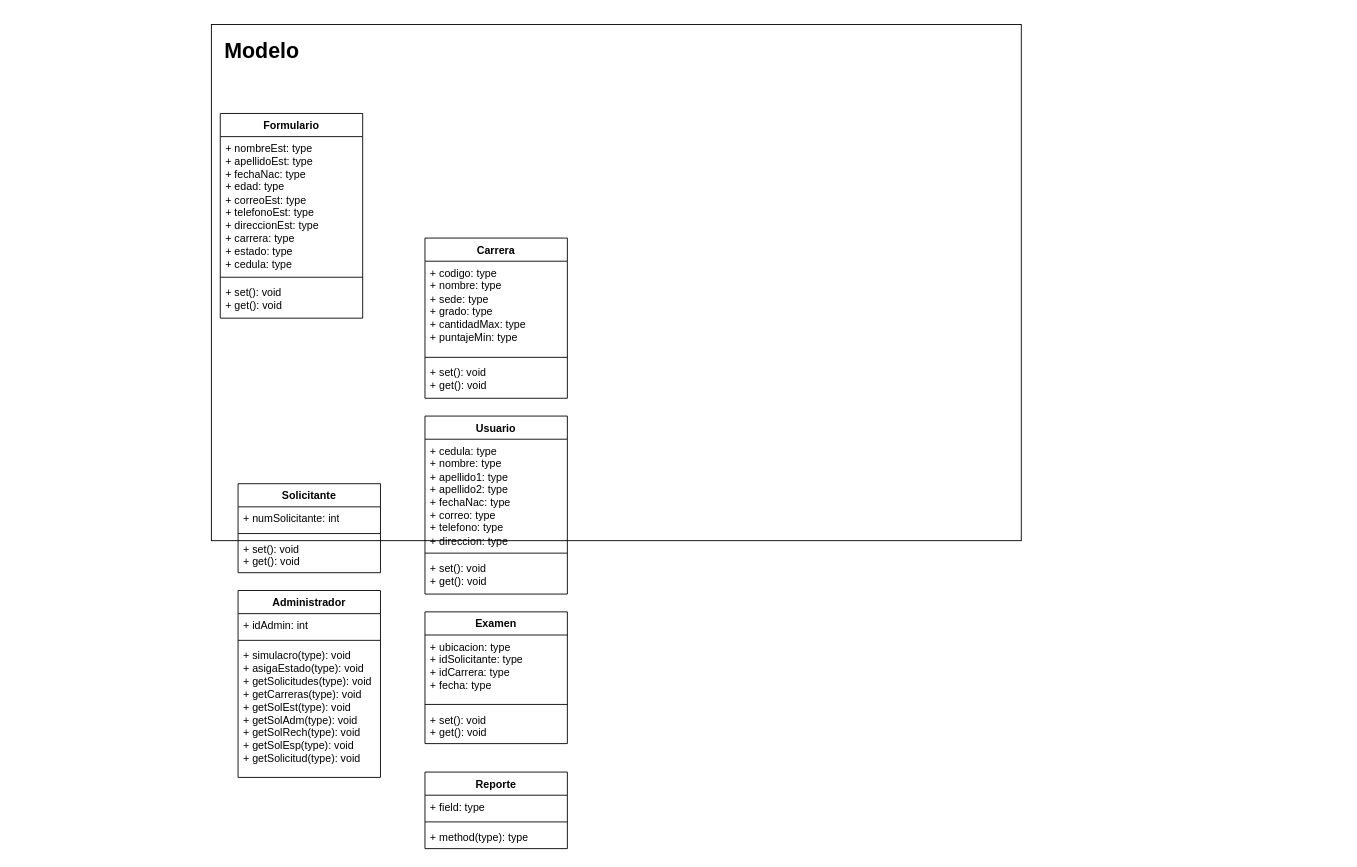
The draw.io diagram Act02_DX_KevinCórdobaChevez.drawio in KevinCordoba/RepositoriodeDiagramas, before the edit. Source tidied: cells renumbered, new cells numbered last; positions are measured from the earlier drawing's top-left corner, leaving out a move shared by most shapes. Both pictures are drawn from the tidied source at 89%, with x=0, y=0 at pixel (211, 24).
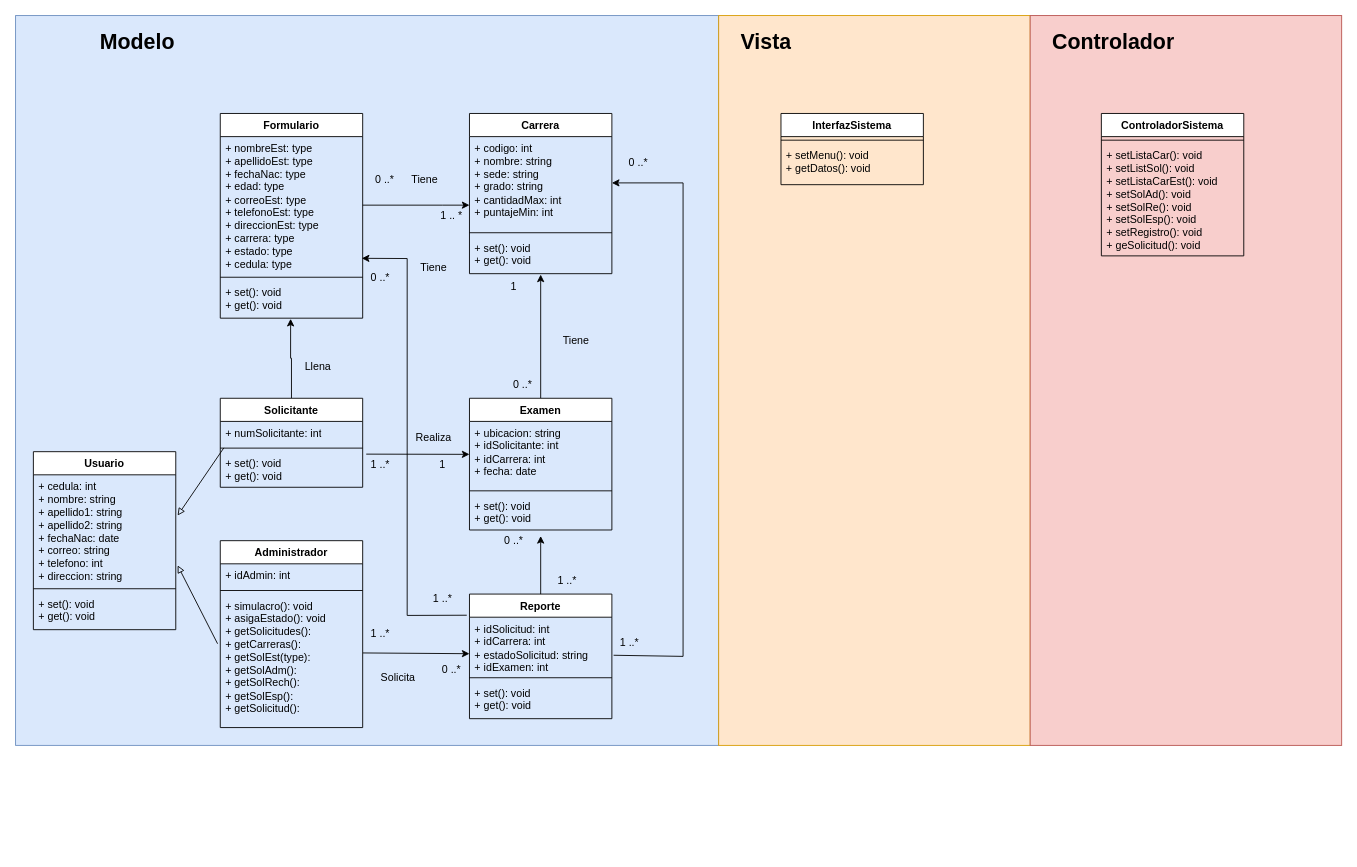
Above is the later version.

Unchanged cells that the change refers to:
```xml
<mxCell id="4" value="+ nombreEst: type&lt;br&gt;+ apellidoEst: type&lt;br&gt;+ fechaNac: type&lt;br&gt;+ edad: type&lt;br&gt;+ correoEst: type&lt;br&gt;+ telefonoEst: type&lt;br&gt;+ direccionEst: type&lt;br&gt;+ carrera: type&lt;br&gt;+ estado: type&lt;br&gt;+ cedula: type" style="text;strokeColor=none;fillColor=none;align=left;verticalAlign=top;spacingLeft=4;spacingRight=4;overflow=hidden;points=[[0,0.5],[1,0.5]];portConstraint=eastwest;whiteSpace=wrap;html=1;" parent="3" vertex="1">
  <mxGeometry y="26" width="160" height="154" as="geometry" />
</mxCell>
<mxCell id="6" value="+ set(): void&lt;br style=&quot;border-color: var(--border-color);&quot;&gt;+ get(): void" style="text;strokeColor=none;fillColor=none;align=left;verticalAlign=top;spacingLeft=4;spacingRight=4;overflow=hidden;points=[[0,0.5],[1,0.5]];portConstraint=eastwest;whiteSpace=wrap;html=1;" parent="3" vertex="1">
  <mxGeometry y="188" width="160" height="42" as="geometry" />
</mxCell>
<mxCell id="8" value="+ numSolicitante: int" style="text;strokeColor=none;fillColor=none;align=left;verticalAlign=top;spacingLeft=4;spacingRight=4;overflow=hidden;points=[[0,0.5],[1,0.5]];portConstraint=eastwest;whiteSpace=wrap;html=1;" parent="7" vertex="1">
  <mxGeometry y="26" width="160" height="26" as="geometry" />
</mxCell>
<mxCell id="10" value="+ set(): void&lt;br style=&quot;border-color: var(--border-color);&quot;&gt;+ get(): void" style="text;strokeColor=none;fillColor=none;align=left;verticalAlign=top;spacingLeft=4;spacingRight=4;overflow=hidden;points=[[0,0.5],[1,0.5]];portConstraint=eastwest;whiteSpace=wrap;html=1;" parent="7" vertex="1">
  <mxGeometry y="60" width="160" height="40" as="geometry" />
</mxCell>
<mxCell id="30" value="+ set(): void&lt;br style=&quot;border-color: var(--border-color);&quot;&gt;+ get(): void" style="text;strokeColor=none;fillColor=none;align=left;verticalAlign=top;spacingLeft=4;spacingRight=4;overflow=hidden;points=[[0,0.5],[1,0.5]];portConstraint=eastwest;whiteSpace=wrap;html=1;" parent="27" vertex="1">
  <mxGeometry y="108" width="160" height="40" as="geometry" />
</mxCell>
```

The edit, as a diff of the source:
```diff
@@
-    <mxCell id="2" style="rounded=0;whiteSpace=wrap;html=1;" parent="1" vertex="1">
-      <mxGeometry width="910" height="580" as="geometry" />
-    </mxCell>
+    <mxCell id="32" style="rounded=0;whiteSpace=wrap;html=1;fillColor=#dae8fc;strokeColor=#6c8ebf;" parent="1" vertex="1">
+      <mxGeometry x="-220" y="-10" width="790" height="820" as="geometry" />
+    </mxCell>
@@
+    <mxCell id="33" style="edgeStyle=orthogonalEdgeStyle;rounded=0;jettySize=auto;html=1;entryX=0.494;entryY=1.018;entryDx=0;entryDy=0;entryPerimeter=0;" parent="1" edge="1" source="7" target="6">
+      <mxGeometry relative="1" as="geometry" />
+    </mxCell>
     <mxCell id="7" value="Solicitante" style="swimlane;fontStyle=1;align=center;verticalAlign=top;horizontal=1;startSize=26;whiteSpace=wrap;html=1;" parent="1" vertex="1">
-      <mxGeometry x="30" y="516" width="160" height="100" as="geometry" />
+      <mxGeometry x="10" y="420" width="160" height="100" as="geometry" />
     </mxCell>
@@
     <mxCell id="11" value="Administrador" style="swimlane;fontStyle=1;align=center;verticalAlign=top;horizontal=1;startSize=26;whiteSpace=wrap;html=1;" parent="1" vertex="1">
-      <mxGeometry x="30" y="636" width="160" height="210" as="geometry" />
+      <mxGeometry x="10" y="580" width="160" height="210" as="geometry" />
     </mxCell>
@@
-    <mxCell id="14" value="+ simulacro(type): void&lt;br&gt;+ asigaEstado(type): void&lt;br&gt;+ getSolicitudes(type): void&lt;br&gt;+ getCarreras(type): void&lt;br&gt;+ getSolEst(type): void&lt;br&gt;+ getSolAdm(type): void&lt;br&gt;+ getSolRech(type): void&lt;br&gt;+ getSolEsp(type): void&lt;br&gt;+ getSolicitud(type): void" style="text;strokeColor=none;fillColor=none;align=left;verticalAlign=top;spacingLeft=4;spacingRight=4;overflow=hidden;points=[[0,0.5],[1,0.5]];portConstraint=eastwest;whiteSpace=wrap;html=1;" parent="11" vertex="1">
+    <mxCell id="14" value="+ simulacro(): void&lt;br&gt;+ asigaEstado(): void&lt;br&gt;+ getSolicitudes():&amp;nbsp;&lt;br&gt;+ getCarreras():&amp;nbsp;&lt;br&gt;+ getSolEst(type):&amp;nbsp;&lt;br&gt;+ getSolAdm():&amp;nbsp;&lt;br&gt;+ getSolRech():&amp;nbsp;&lt;br&gt;+ getSolEsp():&amp;nbsp;&lt;br&gt;+ getSolicitud():&amp;nbsp;" style="text;strokeColor=none;fillColor=none;align=left;verticalAlign=top;spacingLeft=4;spacingRight=4;overflow=hidden;points=[[0,0.5],[1,0.5]];portConstraint=eastwest;whiteSpace=wrap;html=1;" parent="11" vertex="1">
       <mxGeometry y="60" width="160" height="150" as="geometry" />
     </mxCell>
     <mxCell id="15" value="Carrera" style="swimlane;fontStyle=1;align=center;verticalAlign=top;horizontal=1;startSize=26;whiteSpace=wrap;html=1;" parent="1" vertex="1">
-      <mxGeometry x="240" y="240" width="160" height="180" as="geometry" />
+      <mxGeometry x="290" y="100" width="160" height="180" as="geometry" />
     </mxCell>
-    <mxCell id="16" value="+ codigo: type&lt;br&gt;+ nombre: type&lt;br&gt;+ sede: type&lt;br&gt;+ grado: type&lt;br&gt;+ cantidadMax: type&lt;br&gt;+ puntajeMin: type" style="text;strokeColor=none;fillColor=none;align=left;verticalAlign=top;spacingLeft=4;spacingRight=4;overflow=hidden;points=[[0,0.5],[1,0.5]];portConstraint=eastwest;whiteSpace=wrap;html=1;" parent="15" vertex="1">
+    <mxCell id="16" value="+ codigo: int&lt;br&gt;+ nombre: string&lt;br&gt;+ sede: string&lt;br&gt;+ grado: string&lt;br&gt;+ cantidadMax: int&lt;br&gt;+ puntajeMin: int" style="text;strokeColor=none;fillColor=none;align=left;verticalAlign=top;spacingLeft=4;spacingRight=4;overflow=hidden;points=[[0,0.5],[1,0.5]];portConstraint=eastwest;whiteSpace=wrap;html=1;" parent="15" vertex="1">
       <mxGeometry y="26" width="160" height="104" as="geometry" />
     </mxCell>
@@
     <mxCell id="19" value="Reporte" style="swimlane;fontStyle=1;align=center;verticalAlign=top;horizontal=1;startSize=26;whiteSpace=wrap;html=1;" parent="1" vertex="1">
-      <mxGeometry x="240" y="840" width="160" height="86" as="geometry" />
+      <mxGeometry x="290" y="640" width="160" height="140" as="geometry" />
     </mxCell>
-    <mxCell id="20" value="+ field: type" style="text;strokeColor=none;fillColor=none;align=left;verticalAlign=top;spacingLeft=4;spacingRight=4;overflow=hidden;points=[[0,0.5],[1,0.5]];portConstraint=eastwest;whiteSpace=wrap;html=1;" parent="19" vertex="1">
-      <mxGeometry y="26" width="160" height="26" as="geometry" />
+    <mxCell id="20" value="+ idSolicitud: int&lt;br&gt;+ idCarrera: int&lt;br&gt;+ estadoSolicitud: string&lt;br&gt;+ idExamen: int" style="text;strokeColor=none;fillColor=none;align=left;verticalAlign=top;spacingLeft=4;spacingRight=4;overflow=hidden;points=[[0,0.5],[1,0.5]];portConstraint=eastwest;whiteSpace=wrap;html=1;" parent="19" vertex="1">
+      <mxGeometry y="26" width="160" height="64" as="geometry" />
     </mxCell>
     <mxCell id="21" style="line;strokeWidth=1;fillColor=none;align=left;verticalAlign=middle;spacingTop=-1;spacingLeft=3;spacingRight=3;labelPosition=right;strokeColor=inherit;" parent="19" vertex="1">
-      <mxGeometry y="52" width="160" height="8" as="geometry" />
+      <mxGeometry y="90" width="160" height="8" as="geometry" />
     </mxCell>
-    <mxCell id="22" value="+ method(type): type" style="text;strokeColor=none;fillColor=none;align=left;verticalAlign=top;spacingLeft=4;spacingRight=4;overflow=hidden;whiteSpace=wrap;html=1;" parent="19" vertex="1">
-      <mxGeometry y="60" width="160" height="26" as="geometry" />
+    <mxCell id="22" value="+ set(): void&lt;br style=&quot;border-color: var(--border-color);&quot;&gt;+ get(): void" style="text;strokeColor=none;fillColor=none;align=left;verticalAlign=top;spacingLeft=4;spacingRight=4;overflow=hidden;whiteSpace=wrap;html=1;" parent="19" vertex="1">
+      <mxGeometry y="98" width="160" height="42" as="geometry" />
     </mxCell>
     <mxCell id="23" value="Usuario" style="swimlane;fontStyle=1;align=center;verticalAlign=top;horizontal=1;startSize=26;whiteSpace=wrap;html=1;" parent="1" vertex="1">
-      <mxGeometry x="240" y="440" width="160" height="200" as="geometry" />
+      <mxGeometry x="-200" y="480" width="160" height="200" as="geometry" />
     </mxCell>
-    <mxCell id="24" value="+ cedula: type&lt;br&gt;+ nombre: type&lt;br&gt;+ apellido1: type&lt;br&gt;+ apellido2: type&lt;br&gt;+ fechaNac: type&lt;br&gt;+ correo: type&lt;br&gt;+ telefono: type&lt;br&gt;+ direccion: type" style="text;strokeColor=none;fillColor=none;align=left;verticalAlign=top;spacingLeft=4;spacingRight=4;overflow=hidden;points=[[0,0.5],[1,0.5]];portConstraint=eastwest;whiteSpace=wrap;html=1;" parent="23" vertex="1">
+    <mxCell id="24" value="+ cedula: int&lt;br&gt;+ nombre: string&lt;br&gt;+ apellido1: string&lt;br&gt;+ apellido2: string&lt;br&gt;+ fechaNac: date&lt;br&gt;+ correo: string&lt;br&gt;+ telefono: int&lt;br&gt;+ direccion: string" style="text;strokeColor=none;fillColor=none;align=left;verticalAlign=top;spacingLeft=4;spacingRight=4;overflow=hidden;points=[[0,0.5],[1,0.5]];portConstraint=eastwest;whiteSpace=wrap;html=1;" parent="23" vertex="1">
       <mxGeometry y="26" width="160" height="124" as="geometry" />
     </mxCell>
@@
+    <mxCell id="34" style="edgeStyle=orthogonalEdgeStyle;rounded=0;jettySize=auto;html=1;" parent="1" edge="1" source="27">
+      <mxGeometry relative="1" as="geometry">
+        <mxPoint x="370" y="281" as="targetPoint" />
+        <Array as="points">
+          <mxPoint x="370" y="281" />
+        </Array>
+      </mxGeometry>
+    </mxCell>
     <mxCell id="27" value="Examen" style="swimlane;fontStyle=1;align=center;verticalAlign=top;horizontal=1;startSize=26;whiteSpace=wrap;html=1;" parent="1" vertex="1">
-      <mxGeometry x="240" y="660" width="160" height="148" as="geometry" />
+      <mxGeometry x="290" y="420" width="160" height="148" as="geometry" />
     </mxCell>
-    <mxCell id="28" value="+ ubicacion: type&lt;br&gt;+ idSolicitante: type&lt;br&gt;+ idCarrera: type&lt;br&gt;+ fecha: type" style="text;strokeColor=none;fillColor=none;align=left;verticalAlign=top;spacingLeft=4;spacingRight=4;overflow=hidden;points=[[0,0.5],[1,0.5]];portConstraint=eastwest;whiteSpace=wrap;html=1;" parent="27" vertex="1">
+    <mxCell id="28" value="+ ubicacion: string&lt;br&gt;+ idSolicitante: int&lt;br&gt;+ idCarrera: int&lt;br&gt;+ fecha: date" style="text;strokeColor=none;fillColor=none;align=left;verticalAlign=top;spacingLeft=4;spacingRight=4;overflow=hidden;points=[[0,0.5],[1,0.5]];portConstraint=eastwest;whiteSpace=wrap;html=1;" parent="27" vertex="1">
       <mxGeometry y="26" width="160" height="74" as="geometry" />
     </mxCell>
@@
     <mxCell id="31" value="&lt;h1&gt;Modelo&lt;/h1&gt;" style="text;html=1;strokeColor=none;fillColor=none;spacing=5;spacingTop=-20;whiteSpace=wrap;overflow=hidden;rounded=0;" parent="1" vertex="1">
-      <mxGeometry x="10" y="10" width="100" height="40" as="geometry" />
+      <mxGeometry x="-130" width="100" height="40" as="geometry" />
     </mxCell>
+    <mxCell id="35" style="edgeStyle=orthogonalEdgeStyle;rounded=0;jettySize=auto;html=1;" parent="1" edge="1" source="4" target="16">
+      <mxGeometry relative="1" as="geometry">
+        <Array as="points">
+          <mxPoint x="260" y="203" />
+          <mxPoint x="260" y="203" />
+        </Array>
+      </mxGeometry>
+    </mxCell>
+    <mxCell id="36" style="endArrow=classic;html=1;rounded=0;exitX=1.002;exitY=0.441;exitDx=0;exitDy=0;exitPerimeter=0;" parent="1" edge="1" source="14">
+      <mxGeometry relative="1" as="geometry">
+        <mxPoint x="290" y="707" as="targetPoint" />
+      </mxGeometry>
+    </mxCell>
+    <mxCell id="37" style="endArrow=block;html=1;rounded=0;exitX=-0.019;exitY=0.372;exitDx=0;exitDy=0;exitPerimeter=0;entryX=1.013;entryY=0.821;entryDx=0;entryDy=0;entryPerimeter=0;endFill=0;" parent="1" edge="1" source="14" target="24">
+      <mxGeometry relative="1" as="geometry" />
+    </mxCell>
+    <mxCell id="38" style="endArrow=block;html=1;rounded=0;entryX=1.013;entryY=0.369;entryDx=0;entryDy=0;entryPerimeter=0;endFill=0;exitX=0.025;exitY=1.144;exitDx=0;exitDy=0;exitPerimeter=0;" parent="1" edge="1" source="8" target="24">
+      <mxGeometry relative="1" as="geometry" />
+    </mxCell>
+    <mxCell id="39" style="endArrow=classic;html=1;rounded=0;exitX=1.025;exitY=0.069;exitDx=0;exitDy=0;exitPerimeter=0;entryX=0;entryY=0.5;entryDx=0;entryDy=0;" parent="1" edge="1" source="10" target="28">
+      <mxGeometry relative="1" as="geometry" />
+    </mxCell>
+    <mxCell id="40" style="endArrow=classic;html=1;rounded=0;entryX=0.5;entryY=1.169;entryDx=0;entryDy=0;entryPerimeter=0;exitX=0.5;exitY=0;exitDx=0;exitDy=0;" parent="1" edge="1" source="19" target="30">
+      <mxGeometry relative="1" as="geometry" />
+    </mxCell>
+    <mxCell id="41" style="endArrow=classic;html=1;rounded=0;exitX=1.012;exitY=0.668;exitDx=0;exitDy=0;exitPerimeter=0;entryX=1;entryY=0.5;entryDx=0;entryDy=0;" parent="1" edge="1" source="20" target="16">
+      <mxGeometry relative="1" as="geometry">
+        <Array as="points">
+          <mxPoint x="530" y="710" />
+          <mxPoint x="530" y="178" />
+        </Array>
+      </mxGeometry>
+    </mxCell>
+    <mxCell id="42" style="endArrow=classic;html=1;rounded=0;exitX=-0.019;exitY=-0.035;exitDx=0;exitDy=0;exitPerimeter=0;entryX=0.994;entryY=0.888;entryDx=0;entryDy=0;entryPerimeter=0;" parent="1" edge="1" source="20" target="4">
+      <mxGeometry relative="1" as="geometry">
+        <Array as="points">
+          <mxPoint x="220" y="664" />
+          <mxPoint x="220" y="263" />
+        </Array>
+      </mxGeometry>
+    </mxCell>
+    <mxCell id="43" value="Realiza" style="text;html=1;strokeColor=none;fillColor=none;align=center;verticalAlign=middle;whiteSpace=wrap;rounded=0;" parent="1" vertex="1">
+      <mxGeometry x="220" y="450" width="60" height="30" as="geometry" />
+    </mxCell>
+    <mxCell id="44" value="Llena" style="text;html=1;strokeColor=none;fillColor=none;align=center;verticalAlign=middle;whiteSpace=wrap;rounded=0;" parent="1" vertex="1">
+      <mxGeometry x="90" y="370" width="60" height="30" as="geometry" />
+    </mxCell>
+    <mxCell id="45" value="Tiene" style="text;html=1;strokeColor=none;fillColor=none;align=center;verticalAlign=middle;whiteSpace=wrap;rounded=0;" parent="1" vertex="1">
+      <mxGeometry x="210" y="160" width="60" height="30" as="geometry" />
+    </mxCell>
+    <mxCell id="46" value="Tiene" style="text;html=1;strokeColor=none;fillColor=none;align=center;verticalAlign=middle;whiteSpace=wrap;rounded=0;" parent="1" vertex="1">
+      <mxGeometry x="380" y="340" width="60" height="30" as="geometry" />
+    </mxCell>
+    <mxCell id="47" value="Tiene" style="text;html=1;strokeColor=none;fillColor=none;align=center;verticalAlign=middle;whiteSpace=wrap;rounded=0;" parent="1" vertex="1">
+      <mxGeometry x="220" y="258" width="60" height="30" as="geometry" />
+    </mxCell>
+    <mxCell id="48" value="Solicita" style="text;html=1;strokeColor=none;fillColor=none;align=center;verticalAlign=middle;whiteSpace=wrap;rounded=0;" parent="1" vertex="1">
+      <mxGeometry x="180" y="719" width="60" height="30" as="geometry" />
+    </mxCell>
+    <mxCell id="49" value="1 ..*" style="text;html=1;strokeColor=none;fillColor=none;align=center;verticalAlign=middle;whiteSpace=wrap;rounded=0;" parent="1" vertex="1">
+      <mxGeometry x="160" y="670" width="60" height="30" as="geometry" />
+    </mxCell>
+    <mxCell id="50" value="0 ..*" style="text;html=1;strokeColor=none;fillColor=none;align=center;verticalAlign=middle;whiteSpace=wrap;rounded=0;" parent="1" vertex="1">
+      <mxGeometry x="240" y="710" width="60" height="30" as="geometry" />
+    </mxCell>
+    <mxCell id="51" value="1 ..*" style="text;html=1;strokeColor=none;fillColor=none;align=center;verticalAlign=middle;whiteSpace=wrap;rounded=0;" parent="1" vertex="1">
+      <mxGeometry x="370" y="610" width="60" height="30" as="geometry" />
+    </mxCell>
+    <mxCell id="52" value="0 ..*" style="text;html=1;strokeColor=none;fillColor=none;align=center;verticalAlign=middle;whiteSpace=wrap;rounded=0;" parent="1" vertex="1">
+      <mxGeometry x="310" y="565" width="60" height="30" as="geometry" />
+    </mxCell>
+    <mxCell id="53" value="1 ..*" style="text;html=1;strokeColor=none;fillColor=none;align=center;verticalAlign=middle;whiteSpace=wrap;rounded=0;" parent="1" vertex="1">
+      <mxGeometry x="160" y="480" width="60" height="30" as="geometry" />
+    </mxCell>
+    <mxCell id="54" value="1" style="text;html=1;strokeColor=none;fillColor=none;align=center;verticalAlign=middle;whiteSpace=wrap;rounded=0;" parent="1" vertex="1">
+      <mxGeometry x="230" y="480" width="60" height="30" as="geometry" />
+    </mxCell>
+    <mxCell id="55" value="1" style="text;html=1;strokeColor=none;fillColor=none;align=center;verticalAlign=middle;whiteSpace=wrap;rounded=0;" parent="1" vertex="1">
+      <mxGeometry x="310" y="280" width="60" height="30" as="geometry" />
+    </mxCell>
+    <mxCell id="56" value="0 ..*" style="text;html=1;strokeColor=none;fillColor=none;align=center;verticalAlign=middle;whiteSpace=wrap;rounded=0;" parent="1" vertex="1">
+      <mxGeometry x="320" y="390" width="60" height="30" as="geometry" />
+    </mxCell>
+    <mxCell id="57" value="1 ..*" style="text;html=1;strokeColor=none;fillColor=none;align=center;verticalAlign=middle;whiteSpace=wrap;rounded=0;" parent="1" vertex="1">
+      <mxGeometry x="230" y="630" width="60" height="30" as="geometry" />
+    </mxCell>
+    <mxCell id="58" value="0 ..*" style="text;html=1;strokeColor=none;fillColor=none;align=center;verticalAlign=middle;whiteSpace=wrap;rounded=0;" parent="1" vertex="1">
+      <mxGeometry x="160" y="270" width="60" height="30" as="geometry" />
+    </mxCell>
+    <mxCell id="59" value="0 ..*" style="text;html=1;strokeColor=none;fillColor=none;align=center;verticalAlign=middle;whiteSpace=wrap;rounded=0;" parent="1" vertex="1">
+      <mxGeometry x="450" y="140" width="60" height="30" as="geometry" />
+    </mxCell>
+    <mxCell id="60" value="1 ..*" style="text;html=1;strokeColor=none;fillColor=none;align=center;verticalAlign=middle;whiteSpace=wrap;rounded=0;" parent="1" vertex="1">
+      <mxGeometry x="440" y="680" width="60" height="30" as="geometry" />
+    </mxCell>
+    <mxCell id="61" value="0 ..*" style="text;html=1;strokeColor=none;fillColor=none;align=center;verticalAlign=middle;whiteSpace=wrap;rounded=0;" parent="1" vertex="1">
+      <mxGeometry x="170" y="160" width="50" height="30" as="geometry" />
+    </mxCell>
+    <mxCell id="62" value="1 .. *" style="text;html=1;strokeColor=none;fillColor=none;align=center;verticalAlign=middle;whiteSpace=wrap;rounded=0;" parent="1" vertex="1">
+      <mxGeometry x="245" y="200" width="50" height="30" as="geometry" />
+    </mxCell>
+    <mxCell id="63" style="rounded=0;whiteSpace=wrap;html=1;fillColor=#ffe6cc;strokeColor=#d79b00;" parent="1" vertex="1">
+      <mxGeometry x="570" y="-10" width="350" height="820" as="geometry" />
+    </mxCell>
+    <mxCell id="64" style="rounded=0;whiteSpace=wrap;html=1;fillColor=#f8cecc;strokeColor=#b85450;" parent="1" vertex="1">
+      <mxGeometry x="920" y="-10" width="350" height="820" as="geometry" />
+    </mxCell>
+    <mxCell id="65" value="&lt;h1&gt;Vista&lt;/h1&gt;" style="text;html=1;strokeColor=none;fillColor=none;spacing=5;spacingTop=-20;whiteSpace=wrap;overflow=hidden;rounded=0;" parent="1" vertex="1">
+      <mxGeometry x="590" width="100" height="40" as="geometry" />
+    </mxCell>
+    <mxCell id="66" value="&lt;h1&gt;Controlador&lt;/h1&gt;" style="text;html=1;strokeColor=none;fillColor=none;spacing=5;spacingTop=-20;whiteSpace=wrap;overflow=hidden;rounded=0;" parent="1" vertex="1">
+      <mxGeometry x="940" width="150" height="40" as="geometry" />
+    </mxCell>
+    <mxCell id="67" value="InterfazSistema" style="swimlane;fontStyle=1;align=center;verticalAlign=top;horizontal=1;startSize=26;whiteSpace=wrap;html=1;" parent="1" vertex="1">
+      <mxGeometry x="640" y="100" width="160" height="80" as="geometry" />
+    </mxCell>
+    <mxCell id="68" style="line;strokeWidth=1;fillColor=none;align=left;verticalAlign=middle;spacingTop=-1;spacingLeft=3;spacingRight=3;labelPosition=right;strokeColor=inherit;" parent="67" vertex="1">
+      <mxGeometry y="26" width="160" height="8" as="geometry" />
+    </mxCell>
+    <mxCell id="69" value="+ setMenu(): void&lt;br&gt;+ getDatos(): void" style="text;strokeColor=none;fillColor=none;align=left;verticalAlign=top;spacingLeft=4;spacingRight=4;overflow=hidden;whiteSpace=wrap;html=1;" parent="67" vertex="1">
+      <mxGeometry y="34" width="160" height="46" as="geometry" />
+    </mxCell>
+    <mxCell id="70" value="ControladorSistema" style="swimlane;fontStyle=1;align=center;verticalAlign=top;horizontal=1;startSize=26;whiteSpace=wrap;html=1;" parent="1" vertex="1">
+      <mxGeometry x="1000" y="100" width="160" height="160" as="geometry" />
+    </mxCell>
+    <mxCell id="71" style="line;strokeWidth=1;fillColor=none;align=left;verticalAlign=middle;spacingTop=-1;spacingLeft=3;spacingRight=3;labelPosition=right;strokeColor=inherit;" parent="70" vertex="1">
+      <mxGeometry y="26" width="160" height="8" as="geometry" />
+    </mxCell>
+    <mxCell id="72" value="+ setListaCar(): void&lt;br&gt;+ setListSol(): void&lt;br&gt;+ setListaCarEst(): void&lt;br&gt;+ setSolAd(): void&lt;br&gt;+ setSolRe(): void&lt;br&gt;+ setSolEsp(): void&lt;br&gt;+ setRegistro(): void&lt;br style=&quot;border-color: var(--border-color);&quot;&gt;+ geSolicitud(): void" style="text;strokeColor=none;fillColor=none;align=left;verticalAlign=top;spacingLeft=4;spacingRight=4;overflow=hidden;whiteSpace=wrap;html=1;" parent="70" vertex="1">
+      <mxGeometry y="34" width="160" height="126" as="geometry" />
+    </mxCell>
```
